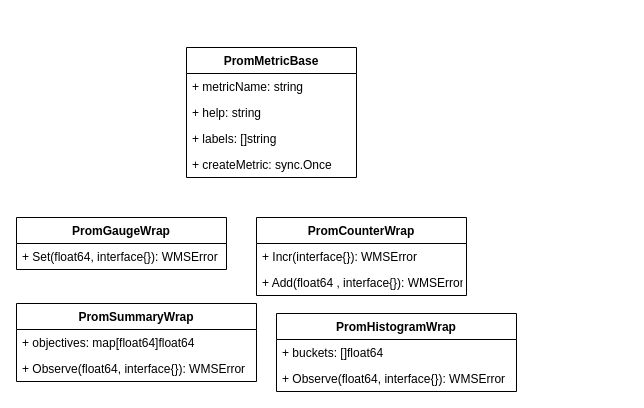
Above: prometheus-class.drawio in yindongjun/drawio-2 (draw.io), before the change. Source tidied: cells renumbered, new cells numbered last; positions are measured from the earlier drawing's top-left corner, leaving out a move shared by most shapes. Both pictures are drawn from the tidied source at 100%, with x=0, y=0 at pixel (16, 47).
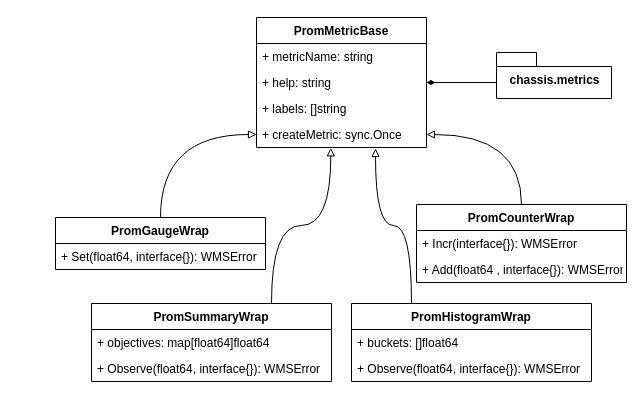
The same diagram, later.

Unchanged cells that the change refers to:
```xml
<mxCell id="4" value="+ help: string" style="text;strokeColor=none;fillColor=none;align=left;verticalAlign=top;spacingLeft=4;spacingRight=4;overflow=hidden;points=[[0,0.5],[1,0.5]];portConstraint=eastwest;" parent="2" vertex="1">
  <mxGeometry y="52" width="170" height="26" as="geometry" />
</mxCell>
<mxCell id="6" value="+ createMetric: sync.Once" style="text;strokeColor=none;fillColor=none;align=left;verticalAlign=top;spacingLeft=4;spacingRight=4;overflow=hidden;points=[[0,0.5],[1,0.5]];portConstraint=eastwest;" parent="2" vertex="1">
  <mxGeometry y="104" width="170" height="26" as="geometry" />
</mxCell>
```

The edit, as a diff of the source:
```diff
@@
     <mxCell id="2" value="PromMetricBase" style="swimlane;fontStyle=1;horizontal=1;startSize=26;fillColor=none;strokeColor=default;" parent="1" vertex="1">
-      <mxGeometry x="170" width="170" height="130" as="geometry" />
+      <mxGeometry x="240" y="-30" width="170" height="130" as="geometry" />
     </mxCell>
@@
+    <mxCell id="18" style="edgeStyle=orthogonalEdgeStyle;rounded=0;jettySize=auto;html=1;exitX=0.5;exitY=0;exitDx=0;exitDy=0;entryX=0;entryY=0.5;entryDx=0;entryDy=0;endArrow=block;endFill=0;curved=1;" parent="1" edge="1" source="7" target="6">
+      <mxGeometry relative="1" as="geometry" />
+    </mxCell>
     <mxCell id="7" value="PromGaugeWrap" style="swimlane;fontStyle=1;align=center;verticalAlign=top;horizontal=1;startSize=26;strokeColor=default;" parent="1" vertex="1">
-      <mxGeometry y="170" width="210" height="52" as="geometry" />
+      <mxGeometry x="39" y="170" width="210" height="52" as="geometry" />
     </mxCell>
@@
+    <mxCell id="19" style="edgeStyle=orthogonalEdgeStyle;rounded=0;jettySize=auto;html=1;exitX=0.5;exitY=0;exitDx=0;exitDy=0;entryX=1;entryY=0.5;entryDx=0;entryDy=0;endArrow=block;endFill=0;curved=1;" parent="1" edge="1" source="9" target="6">
+      <mxGeometry relative="1" as="geometry" />
+    </mxCell>
     <mxCell id="9" value="PromCounterWrap" style="swimlane;fontStyle=1;align=center;verticalAlign=top;horizontal=1;startSize=26;strokeColor=default;" parent="1" vertex="1">
-      <mxGeometry x="240" y="170" width="210" height="78" as="geometry" />
+      <mxGeometry x="400" y="157" width="210" height="78" as="geometry" />
     </mxCell>
@@
+    <mxCell id="20" style="edgeStyle=orthogonalEdgeStyle;curved=1;rounded=0;jettySize=auto;html=1;exitX=0.75;exitY=0;exitDx=0;exitDy=0;entryX=0.437;entryY=1.013;entryDx=0;entryDy=0;entryPerimeter=0;endArrow=block;endFill=0;" parent="1" edge="1" source="12" target="6">
+      <mxGeometry relative="1" as="geometry" />
+    </mxCell>
     <mxCell id="12" value="PromSummaryWrap" style="swimlane;fontStyle=1;align=center;verticalAlign=top;horizontal=1;startSize=26;strokeColor=default;" parent="1" vertex="1">
-      <mxGeometry y="256" width="240" height="78" as="geometry" />
+      <mxGeometry x="75" y="256" width="240" height="78" as="geometry" />
     </mxCell>
@@
+    <mxCell id="21" style="edgeStyle=orthogonalEdgeStyle;curved=1;rounded=0;jettySize=auto;html=1;exitX=0.25;exitY=0;exitDx=0;exitDy=0;entryX=0.7;entryY=1.038;entryDx=0;entryDy=0;entryPerimeter=0;endArrow=block;endFill=0;" parent="1" edge="1" source="15" target="6">
+      <mxGeometry relative="1" as="geometry" />
+    </mxCell>
     <mxCell id="15" value="PromHistogramWrap" style="swimlane;fontStyle=1;align=center;verticalAlign=top;horizontal=1;startSize=26;strokeColor=default;" parent="1" vertex="1">
-      <mxGeometry x="260" y="266" width="240" height="78" as="geometry" />
+      <mxGeometry x="335" y="256" width="240" height="78" as="geometry" />
     </mxCell>
@@
+    <mxCell id="22" value="chassis.metrics" style="shape=folder;fontStyle=1;spacingTop=10;tabWidth=40;tabHeight=14;tabPosition=left;html=1;strokeColor=default;" parent="1" vertex="1">
+      <mxGeometry x="480" y="5" width="115" height="46" as="geometry" />
+    </mxCell>
+    <mxCell id="23" style="edgeStyle=orthogonalEdgeStyle;rounded=0;jettySize=auto;html=1;exitX=0;exitY=0;exitDx=0;exitDy=30;entryX=1;entryY=0.5;entryDx=0;entryDy=0;endArrow=diamondThin;endFill=1;exitPerimeter=0;" parent="1" edge="1" source="22" target="4">
+      <mxGeometry relative="1" as="geometry" />
+    </mxCell>
```
